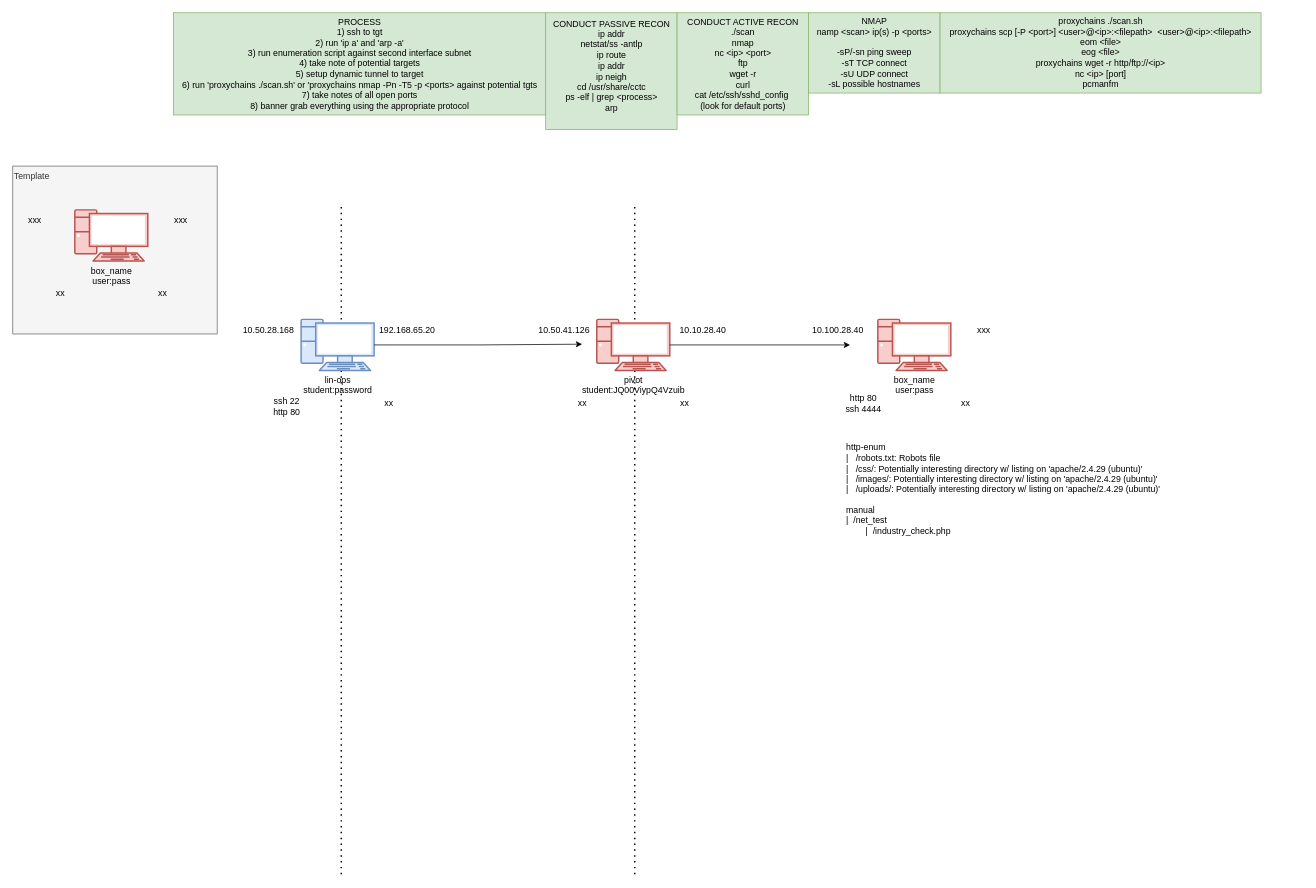
wifi96h/new keeps this draw.io diagram as CCTC/SEC/Day_2/Web_Exploit/web_exploit.drawio. Above is the earlier version. Source tidied: cells renumbered, new cells numbered last; positions are measured from the earlier drawing's top-left corner, leaving out a move shared by most shapes. Both pictures are drawn from the tidied source at 73%, with x=0, y=0 at pixel (12, 12).
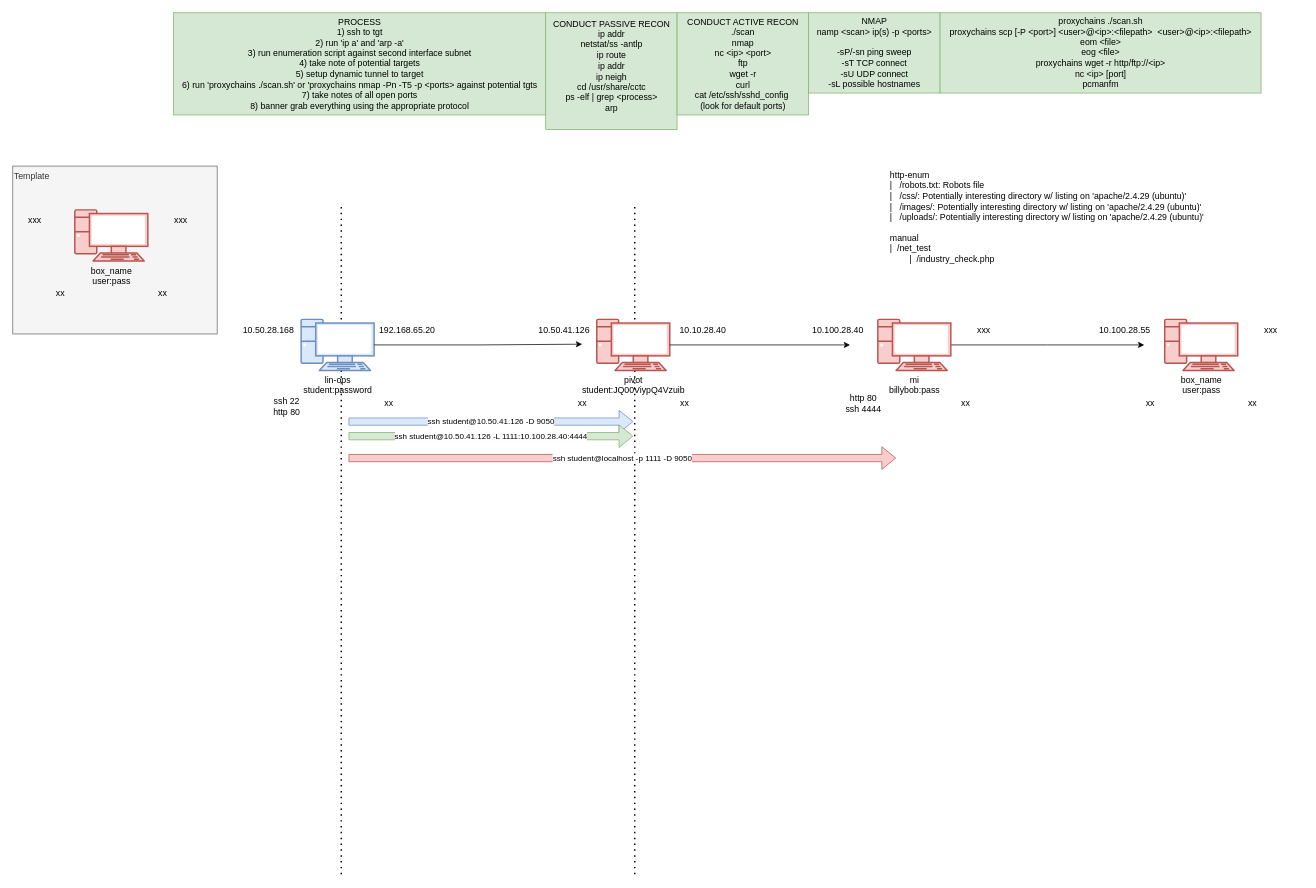
The same diagram, later.

The change refers to these unchanged cells:
```xml
<mxCell id="35" style="group;" parent="34" vertex="1">
  <mxGeometry y="20" width="225" height="135" as="geometry" />
</mxCell>
```

What changed in the source:
```diff
@@
+    <mxCell id="43" style="edgeStyle=orthogonalEdgeStyle;rounded=0;jettySize=auto;html=1;exitX=1;exitY=0.5;exitDx=0;exitDy=0;exitPerimeter=0;" parent="35" edge="1" source="36">
+      <mxGeometry relative="1" as="geometry">
+        <mxPoint x="400" y="35" as="targetPoint" />
+      </mxGeometry>
+    </mxCell>
-    <mxCell id="36" value="box_name&lt;div&gt;user:pass&lt;/div&gt;" style="verticalAlign=top;verticalLabelPosition=bottom;labelPosition=center;align=center;html=1;outlineConnect=0;fillColor=#f8cecc;strokeColor=#b85450;gradientDirection=north;strokeWidth=2;shape=mxgraph.networks.pc;" parent="35" vertex="1">
+    <mxCell id="36" value="mi&lt;div&gt;billybob:pass&lt;/div&gt;" style="verticalAlign=top;verticalLabelPosition=bottom;labelPosition=center;align=center;html=1;outlineConnect=0;fillColor=#f8cecc;strokeColor=#b85450;gradientDirection=north;strokeWidth=2;shape=mxgraph.networks.pc;" parent="35" vertex="1">
       <mxGeometry x="35" width="100" height="70" as="geometry" />
     </mxCell>
@@
     <mxCell id="41" value="&lt;div&gt;http-enum&lt;/div&gt;&lt;div&gt;|&amp;nbsp; &amp;nbsp;/robots.txt: Robots file&lt;/div&gt;&lt;div&gt;|&amp;nbsp; &amp;nbsp;/css/: Potentially interesting directory w/ listing on 'apache/2.4.29 (ubuntu)'&lt;/div&gt;&lt;div&gt;|&amp;nbsp; &amp;nbsp;/images/: Potentially interesting directory w/ listing on 'apache/2.4.29 (ubuntu)'&lt;/div&gt;&lt;div&gt;|&amp;nbsp; &amp;nbsp;/uploads/: Potentially interesting directory w/ listing on 'apache/2.4.29 (ubuntu)'&lt;/div&gt;&lt;div&gt;&lt;br&gt;&lt;/div&gt;&lt;div&gt;manual&lt;/div&gt;&lt;div&gt;|&amp;nbsp; /net_test&lt;/div&gt;&lt;div&gt;&lt;span style=&quot;white-space: pre;&quot;&gt;&#9;&lt;/span&gt;|&amp;nbsp; /industry_check.php&lt;br&gt;&lt;/div&gt;" style="text;html=1;align=left;verticalAlign=middle;strokeColor=none;fillColor=none;" parent="1" vertex="1">
-      <mxGeometry x="1140" y="583" width="450" height="140" as="geometry" />
+      <mxGeometry x="1200" y="210" width="450" height="140" as="geometry" />
     </mxCell>
@@
+    <mxCell id="44" style="group;" parent="1" vertex="1">
+      <mxGeometry x="1503" y="400" width="265" height="150" as="geometry" />
+    </mxCell>
+    <mxCell id="45" style="group;" parent="44" vertex="1">
+      <mxGeometry x="40" width="225" height="150" as="geometry" />
+    </mxCell>
+    <mxCell id="46" style="group;" parent="45" vertex="1">
+      <mxGeometry y="20" width="225" height="130" as="geometry" />
+    </mxCell>
+    <mxCell id="47" value="box_name&lt;div&gt;user:pass&lt;/div&gt;" style="verticalAlign=top;verticalLabelPosition=bottom;labelPosition=center;align=center;html=1;fillColor=#f8cecc;strokeColor=#b85450;gradientDirection=north;strokeWidth=2;shape=mxgraph.networks.pc;" parent="46" vertex="1">
+      <mxGeometry x="35" width="100" height="70" as="geometry" />
+    </mxCell>
+    <mxCell id="48" value="xx" style="text;html=1;align=center;verticalAlign=middle;strokeColor=none;fillColor=none;" parent="46" vertex="1">
+      <mxGeometry x="-5" y="100" width="40" height="30" as="geometry" />
+    </mxCell>
+    <mxCell id="49" value="xxx" style="text;html=1;align=center;verticalAlign=middle;strokeColor=none;fillColor=none;" parent="46" vertex="1">
+      <mxGeometry x="160" width="40" height="30" as="geometry" />
+    </mxCell>
+    <mxCell id="50" value="xx" style="text;html=1;align=center;verticalAlign=middle;strokeColor=none;fillColor=none;" parent="46" vertex="1">
+      <mxGeometry x="135" y="100" width="40" height="30" as="geometry" />
+    </mxCell>
+    <mxCell id="51" value="10.100.28.55" style="text;html=1;align=center;verticalAlign=middle;strokeColor=none;fillColor=none;" parent="44" vertex="1">
+      <mxGeometry x="-25" y="20" width="90" height="30" as="geometry" />
+    </mxCell>
+    <mxCell id="52" value="ssh student@10.50.41.126 -D 9050" style="shape=flexArrow;endArrow=classic;html=1;rounded=0;fillColor=#dae8fc;strokeColor=#6c8ebf;" parent="1" edge="1">
+      <mxGeometry relative="1" as="geometry">
+        <mxPoint x="460" y="560" as="sourcePoint" />
+        <mxPoint x="850" y="560" as="targetPoint" />
+      </mxGeometry>
+    </mxCell>
+    <mxCell id="53" value="ssh student@localhost -p 1111 -D 9050" style="shape=flexArrow;endArrow=classic;html=1;rounded=0;fillColor=#f8cecc;strokeColor=#b85450;" parent="1" edge="1">
+      <mxGeometry relative="1" as="geometry">
+        <mxPoint x="460" y="610" as="sourcePoint" />
+        <mxPoint x="1210" y="610" as="targetPoint" />
+      </mxGeometry>
+    </mxCell>
+    <mxCell id="54" value="ssh student@10.50.41.126 -L 1111:10.100.28.40:4444" style="shape=flexArrow;endArrow=classic;html=1;rounded=0;fillColor=#d5e8d4;strokeColor=#82b366;" parent="1" edge="1">
+      <mxGeometry relative="1" as="geometry">
+        <mxPoint x="460" y="580" as="sourcePoint" />
+        <mxPoint x="850" y="580" as="targetPoint" />
+      </mxGeometry>
+    </mxCell>
```
